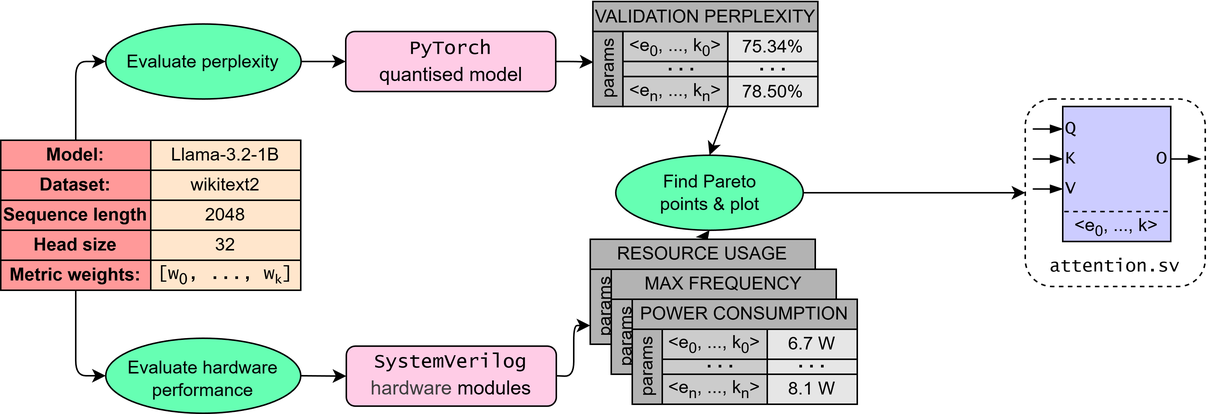
Fiwo735/MX-for-FPGA keeps this draw.io diagram as doc/diagrams/DSE/DSE_flow.drawio.png. Above is the earlier version. Source tidied: cells renumbered, new cells last; positions are measured from the earlier drawing's top-left corner, leaving out a move shared by most shapes.
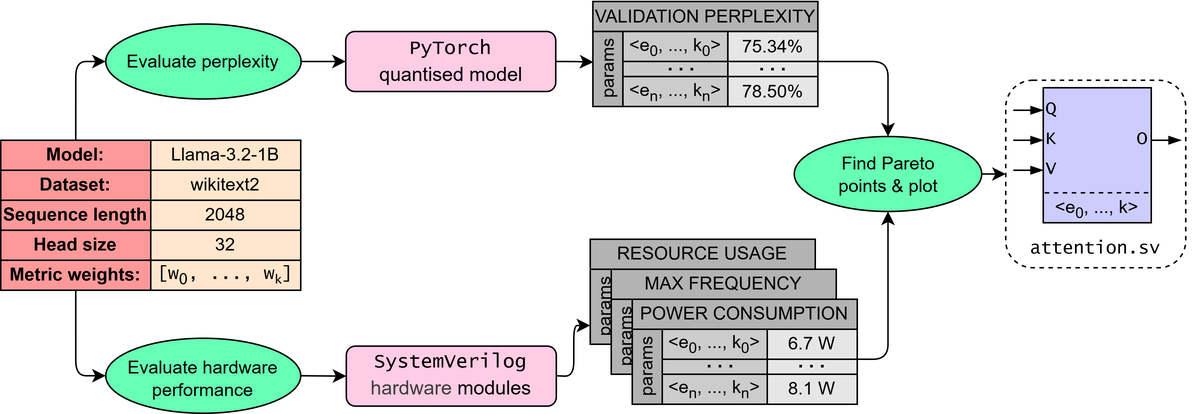
After the change.

Diff of the diagram source:
```diff
@@ -3,7 +3,7 @@
     <mxCell id="0" />
     <mxCell id="1" parent="0" />
     <mxCell id="2" style="rounded=1;whiteSpace=wrap;html=1;fillColor=none;dashed=1;" parent="1" vertex="1">
-      <mxGeometry x="683" y="64.5" width="120" height="125" as="geometry" />
+      <mxGeometry x="670" y="52" width="120" height="125" as="geometry" />
     </mxCell>
     <mxCell id="3" value="Model:" style="rounded=0;whiteSpace=wrap;html=1;fontStyle=1;fillColor=#FF9999;" parent="1" vertex="1">
       <mxGeometry y="92" width="100" height="20" as="geometry" />
@@ -123,7 +123,7 @@
       <mxGeometry y="20" width="20" height="50" as="geometry" />
     </mxCell>
     <mxCell id="42" style="group;" parent="1" vertex="1">
-      <mxGeometry x="410" y="102" width="125" height="50" as="geometry" />
+      <mxGeometry x="529" y="89.5" width="125" height="50" as="geometry" />
     </mxCell>
     <mxCell id="43" style="ellipse;whiteSpace=wrap;html=1;fillColor=#66FFB3;labelBackgroundColor=none;" parent="42" vertex="1">
       <mxGeometry width="125" height="50" as="geometry" />
@@ -154,9 +154,6 @@
     <mxCell id="51" value="&amp;lt;e&lt;sub&gt;n&lt;/sub&gt;, ..., k&lt;sub&gt;n&lt;/sub&gt;&amp;gt;" style="rounded=0;whiteSpace=wrap;html=1;fillColor=#CCCCCC;" parent="1" vertex="1">
       <mxGeometry x="413" y="208" width="70" height="20" as="geometry" />
     </mxCell>
-    <mxCell id="52" style="edgeStyle=none;html=1;exitX=0.5;exitY=0;exitDx=0;exitDy=0;entryX=0.5;entryY=1;entryDx=0;entryDy=0;" parent="1" edge="1" source="53" target="43">
-      <mxGeometry relative="1" as="geometry" />
-    </mxCell>
     <mxCell id="53" value="RESOURCE USAGE" style="rounded=0;whiteSpace=wrap;html=1;fillColor=#B3B3B3;" parent="1" vertex="1">
       <mxGeometry x="393" y="158" width="150" height="20" as="geometry" />
     </mxCell>
@@ -248,54 +245,65 @@
       <mxGeometry x="14" y="40" width="20" height="50" as="geometry" />
     </mxCell>
     <mxCell id="83" style="rounded=0;whiteSpace=wrap;html=1;fillColor=#CCCCFF;" parent="1" vertex="1">
-      <mxGeometry x="708" y="69.5" width="72" height="90" as="geometry" />
+      <mxGeometry x="695" y="57" width="72" height="90" as="geometry" />
     </mxCell>
     <mxCell id="84" style="edgeStyle=none;html=1;endArrow=none;endFill=0;startArrow=blockThin;startFill=1;" parent="1" edge="1" source="85">
       <mxGeometry relative="1" as="geometry">
-        <mxPoint x="688" y="124.5" as="targetPoint" />
+        <mxPoint x="675" y="112" as="targetPoint" />
       </mxGeometry>
     </mxCell>
     <mxCell id="85" value="V" style="text;html=1;align=left;verticalAlign=middle;whiteSpace=wrap;rounded=0;fontFamily=Lucida Console;" parent="1" vertex="1">
-      <mxGeometry x="708" y="109.5" width="20" height="30" as="geometry" />
+      <mxGeometry x="695" y="97" width="20" height="30" as="geometry" />
     </mxCell>
     <mxCell id="86" style="edgeStyle=none;html=1;exitX=1;exitY=0.5;exitDx=0;exitDy=0;endArrow=blockThin;endFill=1;" parent="1" edge="1" source="87">
       <mxGeometry relative="1" as="geometry">
-        <mxPoint x="800" y="104.5" as="targetPoint" />
+        <mxPoint x="787" y="92" as="targetPoint" />
       </mxGeometry>
     </mxCell>
     <mxCell id="87" value="O" style="text;html=1;align=right;verticalAlign=middle;whiteSpace=wrap;rounded=0;fontFamily=Lucida Console;" parent="1" vertex="1">
-      <mxGeometry x="760" y="89.5" width="20" height="30" as="geometry" />
+      <mxGeometry x="747" y="77" width="20" height="30" as="geometry" />
     </mxCell>
     <mxCell id="88" value="attention.sv" style="text;html=1;align=center;verticalAlign=middle;whiteSpace=wrap;rounded=0;fontFamily=Lucida Console;" parent="1" vertex="1">
-      <mxGeometry x="688" y="159.5" width="110" height="35" as="geometry" />
+      <mxGeometry x="675" y="147" width="110" height="35" as="geometry" />
     </mxCell>
     <mxCell id="89" style="endArrow=none;dashed=1;html=1;exitX=0;exitY=1;exitDx=0;exitDy=0;" parent="1" edge="1">
       <mxGeometry relative="1" as="geometry">
-        <mxPoint x="709" y="139.6" as="sourcePoint" />
-        <mxPoint x="780" y="139.5" as="targetPoint" />
+        <mxPoint x="696" y="127.1" as="sourcePoint" />
+        <mxPoint x="767" y="127" as="targetPoint" />
       </mxGeometry>
     </mxCell>
     <mxCell id="90" style="edgeStyle=none;html=1;endArrow=none;endFill=0;startArrow=blockThin;startFill=1;" parent="1" edge="1" source="91">
       <mxGeometry relative="1" as="geometry">
-        <mxPoint x="688" y="104.5" as="targetPoint" />
+        <mxPoint x="675" y="92" as="targetPoint" />
       </mxGeometry>
     </mxCell>
     <mxCell id="91" value="K" style="text;html=1;align=left;verticalAlign=middle;whiteSpace=wrap;rounded=0;fontFamily=Lucida Console;" parent="1" vertex="1">
-      <mxGeometry x="708" y="89.5" width="20" height="30" as="geometry" />
+      <mxGeometry x="695" y="77" width="20" height="30" as="geometry" />
     </mxCell>
     <mxCell id="92" style="edgeStyle=none;html=1;endArrow=none;endFill=0;startArrow=blockThin;startFill=1;" parent="1" edge="1" source="93">
       <mxGeometry relative="1" as="geometry">
-        <mxPoint x="688" y="84.5" as="targetPoint" />
+        <mxPoint x="675" y="72" as="targetPoint" />
       </mxGeometry>
     </mxCell>
     <mxCell id="93" value="Q" style="text;html=1;align=left;verticalAlign=middle;whiteSpace=wrap;rounded=0;fontFamily=Lucida Console;" parent="1" vertex="1">
-      <mxGeometry x="708" y="69.5" width="20" height="30" as="geometry" />
+      <mxGeometry x="695" y="57" width="20" height="30" as="geometry" />
     </mxCell>
     <mxCell id="94" value="&amp;lt;e&lt;sub&gt;0&lt;/sub&gt;, ..., k&amp;gt;" style="rounded=0;whiteSpace=wrap;html=1;fillColor=#CCCCFF;gradientColor=none;strokeColor=none;" parent="1" vertex="1">
-      <mxGeometry x="709" y="141.5" width="70" height="17" as="geometry" />
+      <mxGeometry x="696" y="129" width="70" height="17" as="geometry" />
     </mxCell>
-    <mxCell id="95" style="edgeStyle=none;html=1;exitX=0;exitY=1;exitDx=0;exitDy=0;entryX=0.5;entryY=0;entryDx=0;entryDy=0;" parent="1" edge="1" source="37" target="43">
-      <mxGeometry relative="1" as="geometry" />
-    </mxCell>
+    <mxCell id="96" style="edgeStyle=orthogonalEdgeStyle;html=1;exitX=1;exitY=1;exitDx=0;exitDy=0;entryX=0.5;entryY=1;entryDx=0;entryDy=0;" parent="1" edge="1" source="77" target="43">
+      <mxGeometry relative="1" as="geometry">
+        <Array as="points">
+          <mxPoint x="592" y="238" />
+        </Array>
+      </mxGeometry>
+    </mxCell>
+    <mxCell id="97" style="edgeStyle=orthogonalEdgeStyle;html=1;exitX=1;exitY=1;exitDx=0;exitDy=0;entryX=0.5;entryY=0;entryDx=0;entryDy=0;" parent="1" edge="1" source="36" target="43">
+      <mxGeometry relative="1" as="geometry">
+        <Array as="points">
+          <mxPoint x="592" y="40" />
+        </Array>
+      </mxGeometry>
+    </mxCell>
   </root>
 </mxGraphModel>
```
